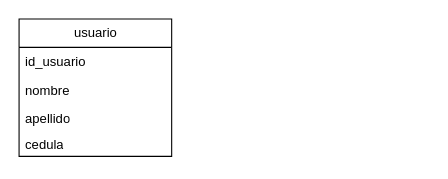
The draw.io diagram maquetado_de_base_datos.drawio in sewrgio/expres_projet, before the edit. Source tidied: cells renumbered, new cells numbered last; positions are measured from the earlier drawing's top-left corner, leaving out a move shared by most shapes. Both pictures are drawn from the tidied source at 109%, with x=0, y=0 at pixel (19, 19).
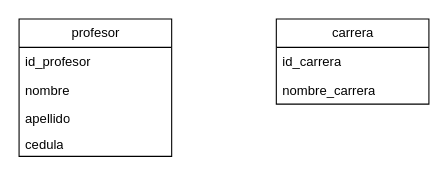
The same page after the edit.

Commit message:
tablas de carreras

What changed in the source:
```diff
@@
 <mxGraphModel>
   <root>
     <mxCell id="0" />
     <mxCell id="1" parent="0" />
-    <mxCell id="2" value="usuario" style="swimlane;fontStyle=0;horizontal=1;startSize=26;fillColor=none;html=1;" parent="1" vertex="1">
+    <mxCell id="2" value="profesor" style="swimlane;fontStyle=0;horizontal=1;startSize=26;fillColor=none;html=1;" parent="1" vertex="1">
       <mxGeometry width="140" height="126" as="geometry" />
     </mxCell>
-    <mxCell id="3" value="id_usuario" style="text;strokeColor=none;fillColor=none;align=left;verticalAlign=top;spacingLeft=4;spacingRight=4;overflow=hidden;whiteSpace=wrap;html=1;" parent="2" vertex="1">
+    <mxCell id="3" value="id_profesor" style="text;strokeColor=none;fillColor=none;align=left;verticalAlign=top;spacingLeft=4;spacingRight=4;overflow=hidden;whiteSpace=wrap;html=1;" parent="2" vertex="1">
       <mxGeometry y="26" width="140" height="26" as="geometry" />
     </mxCell>
     <mxCell id="4" value="nombre" style="text;strokeColor=none;fillColor=none;align=left;verticalAlign=top;spacingLeft=4;spacingRight=4;overflow=hidden;whiteSpace=wrap;html=1;" parent="2" vertex="1">
       <mxGeometry y="52" width="140" height="26" as="geometry" />
     </mxCell>
     <mxCell id="5" value="apellido&lt;div&gt;&lt;br&gt;&lt;/div&gt;" style="text;strokeColor=none;fillColor=none;align=left;verticalAlign=top;spacingLeft=4;spacingRight=4;overflow=hidden;whiteSpace=wrap;html=1;" parent="2" vertex="1">
       <mxGeometry y="78" width="140" height="24" as="geometry" />
     </mxCell>
     <mxCell id="6" value="&lt;div&gt;cedula&lt;/div&gt;" style="text;strokeColor=none;fillColor=none;align=left;verticalAlign=top;spacingLeft=4;spacingRight=4;overflow=hidden;whiteSpace=wrap;html=1;" parent="2" vertex="1">
       <mxGeometry y="102" width="140" height="24" as="geometry" />
     </mxCell>
+    <mxCell id="7" value="carrera" style="swimlane;fontStyle=0;horizontal=1;startSize=26;fillColor=none;html=1;" parent="1" vertex="1">
+      <mxGeometry x="236" width="140" height="78" as="geometry" />
+    </mxCell>
+    <mxCell id="8" value="id_carrera" style="text;strokeColor=none;fillColor=none;align=left;verticalAlign=top;spacingLeft=4;spacingRight=4;overflow=hidden;whiteSpace=wrap;html=1;" parent="7" vertex="1">
+      <mxGeometry y="26" width="140" height="26" as="geometry" />
+    </mxCell>
+    <mxCell id="9" value="nombre_carrera" style="text;strokeColor=none;fillColor=none;align=left;verticalAlign=top;spacingLeft=4;spacingRight=4;overflow=hidden;whiteSpace=wrap;html=1;" parent="7" vertex="1">
+      <mxGeometry y="52" width="140" height="26" as="geometry" />
+    </mxCell>
   </root>
 </mxGraphModel>
```
